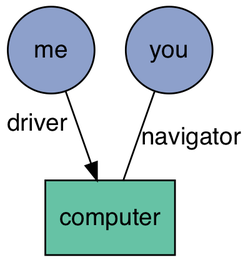
Above: img/pair-programming.png in madison-python/pair-night (Graphviz), before the change. Its source is kept beside it as dot/pair-programming.gv.
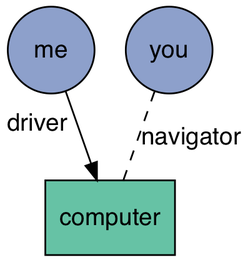
After the commit.

The edit, as a diff of the source:
```diff
@@ -14,7 +14,7 @@
 
   label=""
   sbs_p1 -> sbs_laptop[xlabel="driver  "]
-  sbs_p2 -> sbs_laptop[dir=none label="navigator"]
+  sbs_p2 -> sbs_laptop[dir=none label="navigator" style="dashed"]
 
   sbs_p1, sbs_p2[fillcolor="#8DA0CB"]
   sbs_laptop[shape=rectangle fillcolor="#66C2A5"]
```
